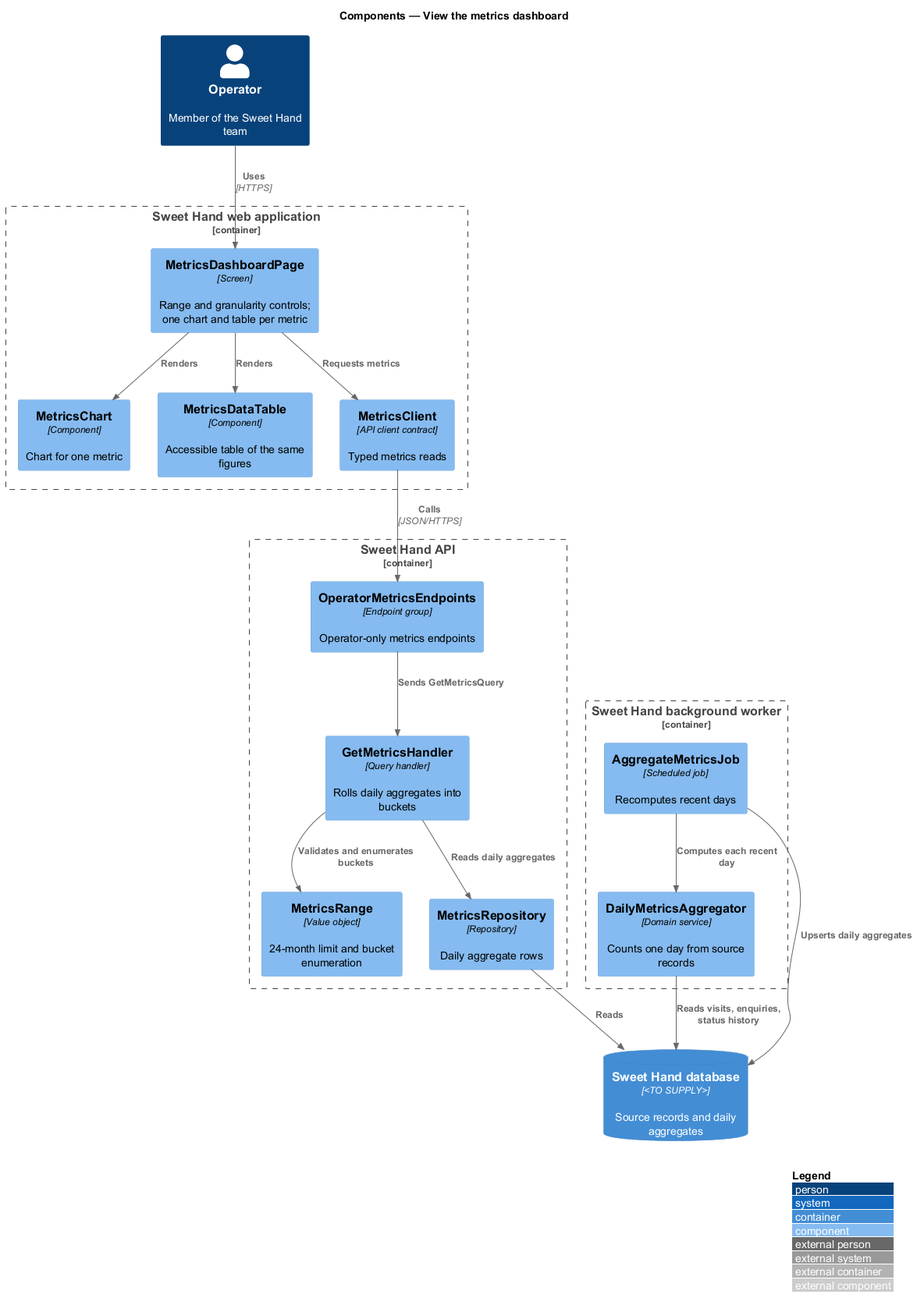
The PlantUML diagram docs/detailed-designs/metrics/view-metrics-dashboard/diagrams/c4-component.png in QuinntyneBrown/sweet-hand, before a commit. The source it was exported from:
```plantuml
@startuml
!include <C4/C4_Component>
LAYOUT_WITH_LEGEND()
title Components — View the metrics dashboard

Person(operator, "Operator", "Member of the Sweet Hand team")

Container_Boundary(web, "Sweet Hand web application") {
  Component(page, "MetricsDashboardPage", "Screen", "Range and granularity controls; one chart and table per metric")
  Component(chart, "MetricsChart", "Component", "Chart for one metric")
  Component(table, "MetricsDataTable", "Component", "Accessible table of the same figures")
  Component(client, "MetricsClient", "API client contract", "Typed metrics reads")
}

Container_Boundary(api, "Sweet Hand API") {
  Component(endpoints, "OperatorMetricsEndpoints", "Endpoint group", "Operator-only metrics endpoints")
  Component(handler, "GetMetricsHandler", "Query handler", "Rolls daily aggregates into buckets")
  Component(range, "MetricsRange", "Value object", "24-month limit and bucket enumeration")
  Component(metricsRepo, "MetricsRepository", "Repository", "Daily aggregate rows")
}

Container_Boundary(worker, "Sweet Hand background worker") {
  Component(job, "AggregateMetricsJob", "Scheduled job", "Recomputes recent days")
  Component(aggregator, "DailyMetricsAggregator", "Domain service", "Counts one day from source records")
}
ContainerDb(db, "Sweet Hand database", "<TO SUPPLY>", "Source records and daily aggregates")

Rel(operator, page, "Uses", "HTTPS")
Rel(page, chart, "Renders")
Rel(page, table, "Renders")
Rel(page, client, "Requests metrics")
Rel(client, endpoints, "Calls", "JSON/HTTPS")
Rel(endpoints, handler, "Sends GetMetricsQuery")
Rel(handler, range, "Validates and enumerates buckets")
Rel(handler, metricsRepo, "Reads daily aggregates")
Rel(metricsRepo, db, "Reads")
Rel(job, aggregator, "Computes each recent day")
Rel(aggregator, db, "Reads visits, enquiries, status history")
Rel(job, db, "Upserts daily aggregates")
@enduml
```
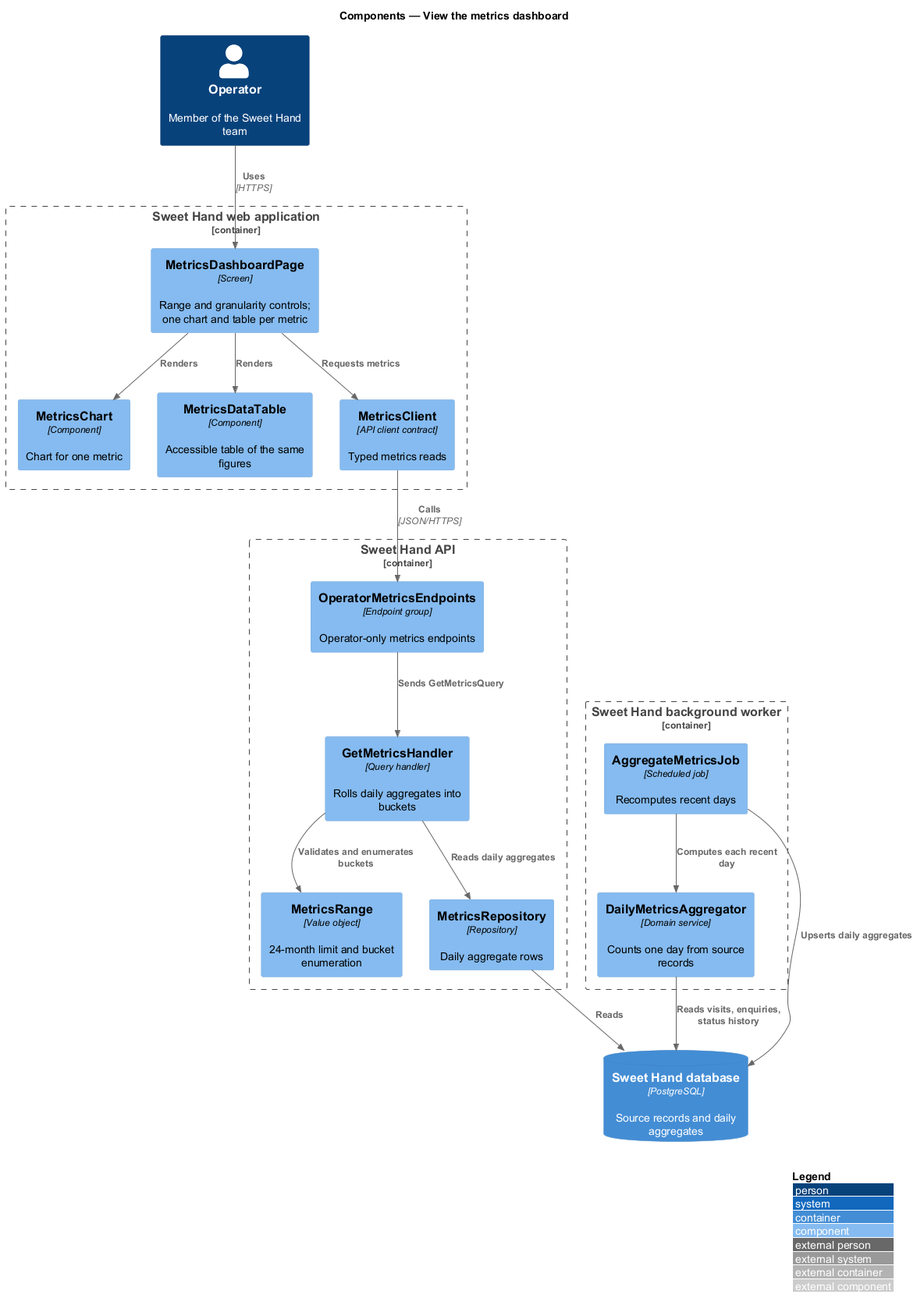
Above is the later version.

Diff of the diagram source:
```diff
@@ -23,7 +23,7 @@
   Component(job, "AggregateMetricsJob", "Scheduled job", "Recomputes recent days")
   Component(aggregator, "DailyMetricsAggregator", "Domain service", "Counts one day from source records")
 }
-ContainerDb(db, "Sweet Hand database", "<TO SUPPLY>", "Source records and daily aggregates")
+ContainerDb(db, "Sweet Hand database", "PostgreSQL", "Source records and daily aggregates")
 
 Rel(operator, page, "Uses", "HTTPS")
 Rel(page, chart, "Renders")
```
